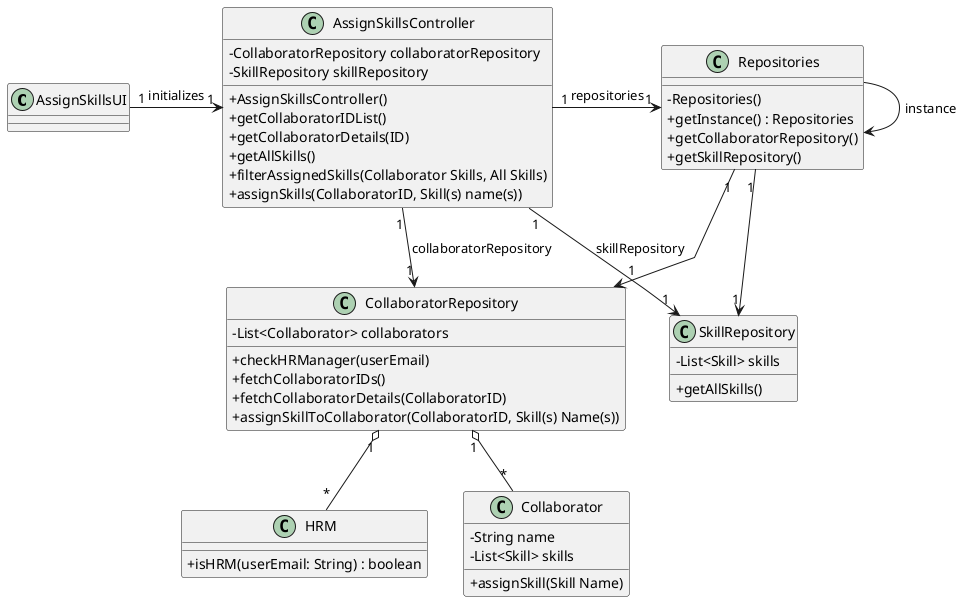
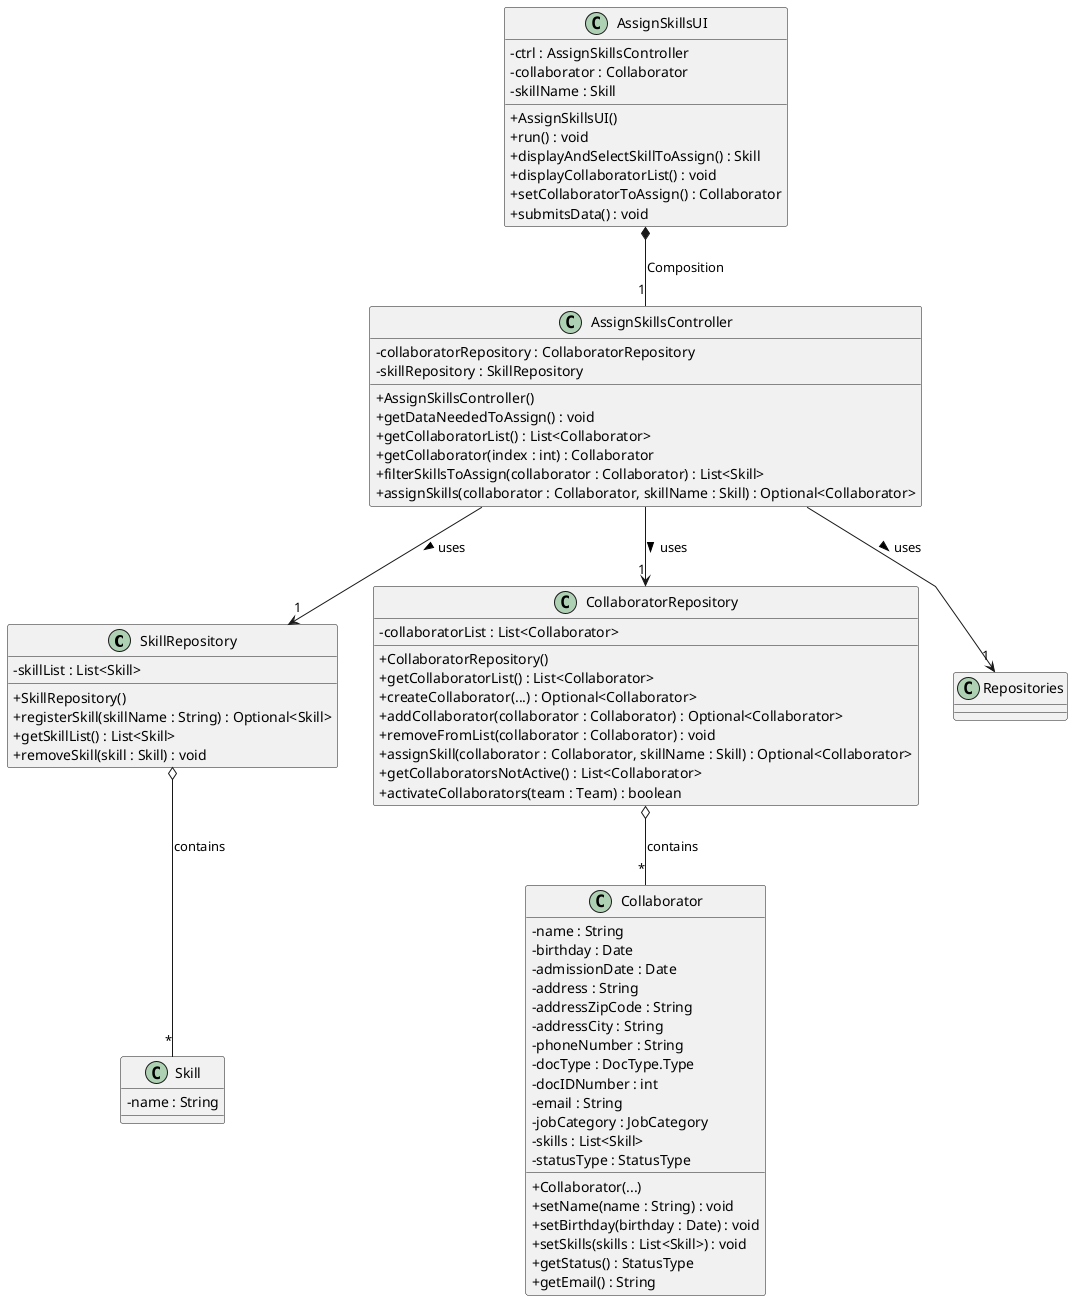
@startuml
'skinparam monochrome true
skinparam packageStyle rectangle
skinparam shadowing false
skinparam linetype polyline
'skinparam linetype orto

skinparam classAttributeIconSize 0

+ 'left to right direction
+ 
+ class SkillRepository {
+     - skillList : List<Skill>
+     + SkillRepository()
+     + registerSkill(skillName : String) : Optional<Skill>
+     + getSkillList() : List<Skill>
+     + removeSkill(skill : Skill) : void
+ }

class AssignSkillsUI {
+     - ctrl : AssignSkillsController
+     - collaborator : Collaborator
+     - skillName : Skill
+     + AssignSkillsUI()
+     + run() : void
+     + displayAndSelectSkillToAssign() : Skill
+     + displayCollaboratorList() : void
+     + setCollaboratorToAssign() : Collaborator
+     + submitsData() : void
}

class AssignSkillsController {
-     - CollaboratorRepository collaboratorRepository
-     - SkillRepository skillRepository
+     - collaboratorRepository : CollaboratorRepository
+     - skillRepository : SkillRepository
    + AssignSkillsController()
-     + getCollaboratorIDList()
-     + getCollaboratorDetails(ID)
-     + getAllSkills()
-     + filterAssignedSkills(Collaborator Skills, All Skills)
-     + assignSkills(CollaboratorID, Skill(s) name(s))
- }
- 
- class Repositories {
-     - Repositories()
-     + getInstance() : Repositories
-     + getCollaboratorRepository()
-     + getSkillRepository()
+     + getDataNeededToAssign() : void
+     + getCollaboratorList() : List<Collaborator>
+     + getCollaborator(index : int) : Collaborator
+     + filterSkillsToAssign(collaborator : Collaborator) : List<Skill>
+     + assignSkills(collaborator : Collaborator, skillName : Skill) : Optional<Collaborator>
}

class CollaboratorRepository {
-     - List<Collaborator> collaborators
-     + checkHRManager(userEmail)
-     + fetchCollaboratorIDs()
-     + fetchCollaboratorDetails(CollaboratorID)
-     + assignSkillToCollaborator(CollaboratorID, Skill(s) Name(s))
- }
- 
- class SkillRepository {
-     - List<Skill> skills
-     + getAllSkills()
- }
- 
- class HRM {
-     + isHRM(userEmail: String) : boolean
+     - collaboratorList : List<Collaborator>
+     + CollaboratorRepository()
+     + getCollaboratorList() : List<Collaborator>
+     + createCollaborator(...) : Optional<Collaborator>
+     + addCollaborator(collaborator : Collaborator) : Optional<Collaborator>
+     + removeFromList(collaborator : Collaborator) : void
+     + assignSkill(collaborator : Collaborator, skillName : Skill) : Optional<Collaborator>
+     + getCollaboratorsNotActive() : List<Collaborator>
+     + activateCollaborators(team : Team) : boolean
}

class Collaborator {
-     - String name
-     - List<Skill> skills
-     + assignSkill(Skill Name)
+     - name : String
+     - birthday : Date
+     - admissionDate : Date
+     - address : String
+     - addressZipCode : String
+     - addressCity : String
+     - phoneNumber : String
+     - docType : DocType.Type
+     - docIDNumber : int
+     - email : String
+     - jobCategory : JobCategory
+     - skills : List<Skill>
+     - statusType : StatusType
+     + Collaborator(...)
+     + setName(name : String) : void
+     + setBirthday(birthday : Date) : void
+     + setSkills(skills : List<Skill>) : void
+     + getStatus() : StatusType
+     + getEmail() : String
}

+ class Skill {
+     - name : String
+ }

- Repositories ->  Repositories : instance
- AssignSkillsUI "1" -> "1" AssignSkillsController: initializes
- 
- AssignSkillsController "1" -> "1" Repositories : repositories
- Repositories "1" -> "1" CollaboratorRepository
- Repositories "1" -> "1" SkillRepository
- 
- AssignSkillsController "1" -down-> "1" CollaboratorRepository : collaboratorRepository
- AssignSkillsController "1" -down-> "1" SkillRepository : skillRepository
- 
- CollaboratorRepository "1" o-- "*" Collaborator
- CollaboratorRepository "1" o-- "*" HRM
+ AssignSkillsUI *-- "1" AssignSkillsController : Composition
+ AssignSkillsController --> "1" Repositories : uses >
+ AssignSkillsController --> "1" SkillRepository : uses >
+ AssignSkillsController --> "1" CollaboratorRepository : uses >
+ SkillRepository o-- "*" Skill : contains
+ CollaboratorRepository o-- "*" Collaborator : contains

@enduml
